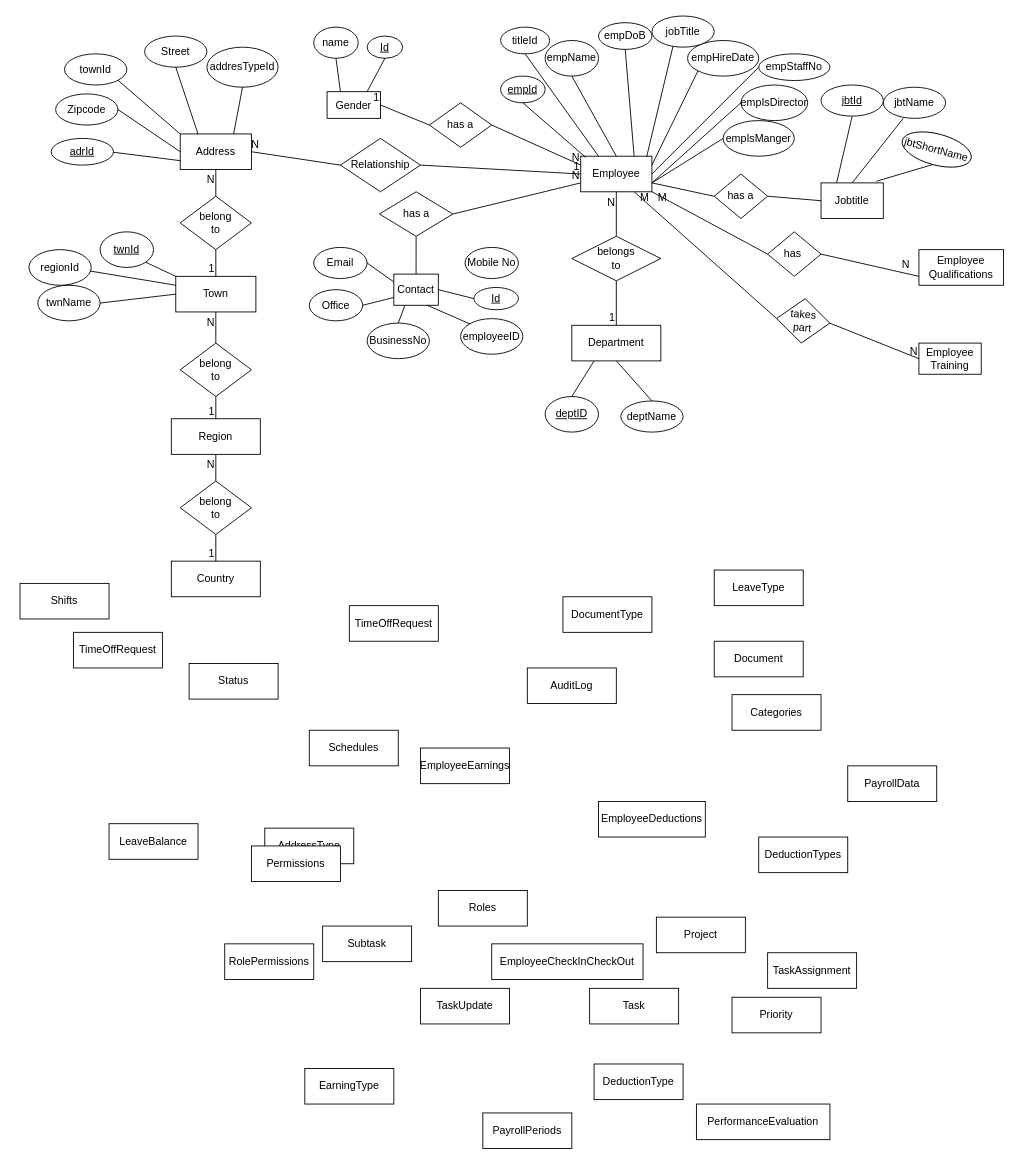
Before: devsolutions.drawio in Adjanour/AfricodaHMS, a draw.io diagram. Source tidied: cells renumbered, new cells numbered last; positions are measured from the earlier drawing's top-left corner, leaving out a move shared by most shapes. Both pictures are drawn from the tidied source at 89%, with x=0, y=0 at pixel (20, 15).
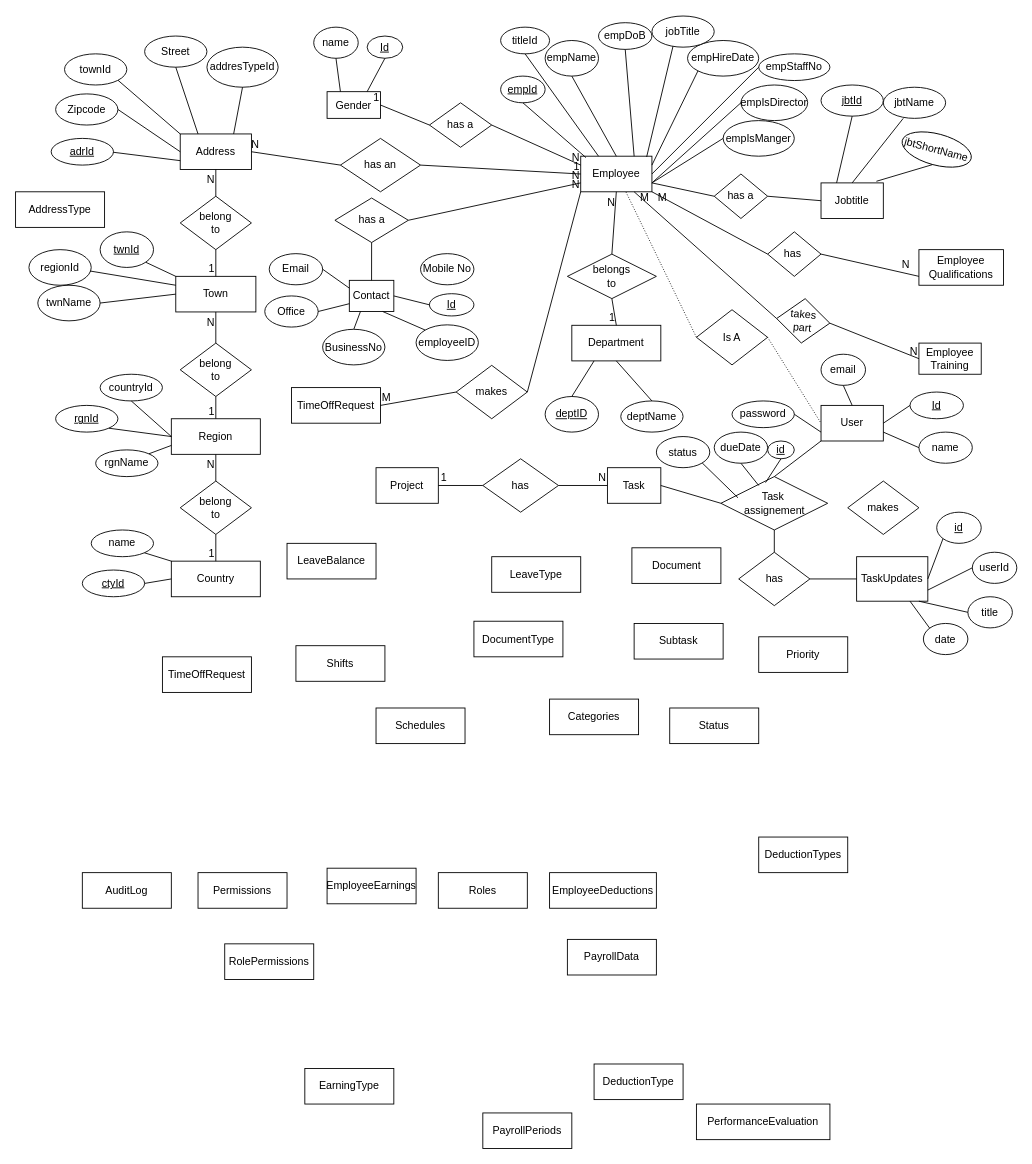
The same page after the edit.

Unchanged cells that the change refers to:
```xml
<mxCell id="2" value="Employee" style="whiteSpace=wrap;html=1;align=center;" parent="1" vertex="1">
  <mxGeometry x="630" y="158" width="80" height="40" as="geometry" />
</mxCell>
<mxCell id="12" value="Region" style="whiteSpace=wrap;html=1;align=center;" parent="1" vertex="1">
  <mxGeometry x="170" y="453" width="100" height="40" as="geometry" />
</mxCell>
<mxCell id="15" value="Country" style="whiteSpace=wrap;html=1;align=center;" parent="1" vertex="1">
  <mxGeometry x="170" y="613" width="100" height="40" as="geometry" />
</mxCell>
```

Change to the diagram source:
```diff
@@
     <mxCell id="4" value="belongs&lt;div&gt;to&lt;/div&gt;" style="shape=rhombus;perimeter=rhombusPerimeter;whiteSpace=wrap;html=1;align=center;" parent="1" vertex="1">
-      <mxGeometry x="620" y="248" width="100" height="50" as="geometry" />
+      <mxGeometry x="615" y="268" width="100" height="50" as="geometry" />
     </mxCell>
@@
     <mxCell id="11" value="Contact" style="whiteSpace=wrap;html=1;align=center;" parent="1" vertex="1">
-      <mxGeometry x="420" y="290.5" width="50" height="35" as="geometry" />
+      <mxGeometry x="370" y="297.5" width="50" height="35" as="geometry" />
     </mxCell>
@@
     <mxCell id="14" value="TimeOffRequest" style="whiteSpace=wrap;html=1;align=center;" parent="1" vertex="1">
-      <mxGeometry x="370" y="663" width="100" height="40" as="geometry" />
+      <mxGeometry x="305" y="418" width="100" height="40" as="geometry" />
     </mxCell>
@@
     <mxCell id="16" value="Categories" style="whiteSpace=wrap;html=1;align=center;" parent="1" vertex="1">
-      <mxGeometry x="800" y="763" width="100" height="40" as="geometry" />
+      <mxGeometry x="595" y="768" width="100" height="40" as="geometry" />
     </mxCell>
     <mxCell id="17" value="AddressType" style="whiteSpace=wrap;html=1;align=center;" parent="1" vertex="1">
-      <mxGeometry x="275" y="913" width="100" height="40" as="geometry" />
+      <mxGeometry x="-5" y="198" width="100" height="40" as="geometry" />
     </mxCell>
     <mxCell id="18" value="Shifts" style="whiteSpace=wrap;html=1;align=center;" parent="1" vertex="1">
-      <mxGeometry y="638" width="100" height="40" as="geometry" />
+      <mxGeometry x="310" y="708" width="100" height="40" as="geometry" />
     </mxCell>
     <mxCell id="19" value="Schedules" style="whiteSpace=wrap;html=1;align=center;" parent="1" vertex="1">
-      <mxGeometry x="325" y="803" width="100" height="40" as="geometry" />
+      <mxGeometry x="400" y="778" width="100" height="40" as="geometry" />
     </mxCell>
     <mxCell id="20" value="AuditLog" style="whiteSpace=wrap;html=1;align=center;" parent="1" vertex="1">
-      <mxGeometry x="570" y="733" width="100" height="40" as="geometry" />
+      <mxGeometry x="70" y="963" width="100" height="40" as="geometry" />
     </mxCell>
     <mxCell id="21" value="Status" style="whiteSpace=wrap;html=1;align=center;" parent="1" vertex="1">
-      <mxGeometry x="190" y="728" width="100" height="40" as="geometry" />
+      <mxGeometry x="730" y="778" width="100" height="40" as="geometry" />
     </mxCell>
     <mxCell id="22" value="LeaveBalance" style="whiteSpace=wrap;html=1;align=center;" parent="1" vertex="1">
-      <mxGeometry x="100" y="908" width="100" height="40" as="geometry" />
+      <mxGeometry x="300" y="593" width="100" height="40" as="geometry" />
     </mxCell>
     <mxCell id="23" value="LeaveType" style="whiteSpace=wrap;html=1;align=center;" parent="1" vertex="1">
-      <mxGeometry x="780" y="623" width="100" height="40" as="geometry" />
+      <mxGeometry x="530" y="608" width="100" height="40" as="geometry" />
     </mxCell>
     <mxCell id="24" value="TimeOffRequest" style="whiteSpace=wrap;html=1;align=center;" parent="1" vertex="1">
-      <mxGeometry x="60" y="693" width="100" height="40" as="geometry" />
+      <mxGeometry x="160" y="720.5" width="100" height="40" as="geometry" />
     </mxCell>
     <mxCell id="25" value="DocumentType" style="whiteSpace=wrap;html=1;align=center;" parent="1" vertex="1">
-      <mxGeometry x="610" y="653" width="100" height="40" as="geometry" />
+      <mxGeometry x="510" y="680.5" width="100" height="40" as="geometry" />
     </mxCell>
     <mxCell id="26" value="Document" style="whiteSpace=wrap;html=1;align=center;" parent="1" vertex="1">
-      <mxGeometry x="780" y="703" width="100" height="40" as="geometry" />
+      <mxGeometry x="687.5" y="598" width="100" height="40" as="geometry" />
     </mxCell>
     <mxCell id="27" value="PayrollData" style="whiteSpace=wrap;html=1;align=center;" parent="1" vertex="1">
-      <mxGeometry x="930" y="843" width="100" height="40" as="geometry" />
+      <mxGeometry x="615" y="1038" width="100" height="40" as="geometry" />
     </mxCell>
@@
     <mxCell id="29" value="Permissions" style="whiteSpace=wrap;html=1;align=center;" parent="1" vertex="1">
-      <mxGeometry x="260" y="933" width="100" height="40" as="geometry" />
+      <mxGeometry x="200" y="963" width="100" height="40" as="geometry" />
     </mxCell>
     <mxCell id="30" value="Roles" style="whiteSpace=wrap;html=1;align=center;" parent="1" vertex="1">
-      <mxGeometry x="470" y="983" width="100" height="40" as="geometry" />
+      <mxGeometry x="470" y="963" width="100" height="40" as="geometry" />
     </mxCell>
@@
     <mxCell id="32" value="EmployeeDeductions" style="whiteSpace=wrap;html=1;align=center;" parent="1" vertex="1">
-      <mxGeometry x="650" y="883" width="120" height="40" as="geometry" />
+      <mxGeometry x="595" y="963" width="120" height="40" as="geometry" />
     </mxCell>
     <mxCell id="33" value="EmployeeEarnings" style="whiteSpace=wrap;html=1;align=center;" parent="1" vertex="1">
-      <mxGeometry x="450" y="823" width="100" height="40" as="geometry" />
+      <mxGeometry x="345" y="958" width="100" height="40" as="geometry" />
     </mxCell>
     <mxCell id="34" value="Subtask" style="whiteSpace=wrap;html=1;align=center;" parent="1" vertex="1">
-      <mxGeometry x="340" y="1023" width="100" height="40" as="geometry" />
+      <mxGeometry x="690" y="683" width="100" height="40" as="geometry" />
     </mxCell>
-    <mxCell id="35" value="TaskUpdate" style="whiteSpace=wrap;html=1;align=center;" parent="1" vertex="1">
-      <mxGeometry x="450" y="1093" width="100" height="40" as="geometry" />
-    </mxCell>
-    <mxCell id="36" value="TaskAssignment" style="whiteSpace=wrap;html=1;align=center;" parent="1" vertex="1">
-      <mxGeometry x="840" y="1053" width="100" height="40" as="geometry" />
+    <mxCell id="36" value="TaskUpdates" style="whiteSpace=wrap;html=1;align=center;" parent="1" vertex="1">
+      <mxGeometry x="940" y="608" width="80" height="50" as="geometry" />
     </mxCell>
     <mxCell id="37" value="Task" style="whiteSpace=wrap;html=1;align=center;" parent="1" vertex="1">
-      <mxGeometry x="640" y="1093" width="100" height="40" as="geometry" />
+      <mxGeometry x="660" y="508" width="60" height="40" as="geometry" />
     </mxCell>
     <mxCell id="38" value="Project" style="whiteSpace=wrap;html=1;align=center;" parent="1" vertex="1">
-      <mxGeometry x="715" y="1013" width="100" height="40" as="geometry" />
+      <mxGeometry x="400" y="508" width="70" height="40" as="geometry" />
     </mxCell>
-    <mxCell id="39" value="EmployeeCheckInCheckOut" style="whiteSpace=wrap;html=1;align=center;" parent="1" vertex="1">
-      <mxGeometry x="530" y="1043" width="170" height="40" as="geometry" />
-    </mxCell>
     <mxCell id="40" value="Priority" style="whiteSpace=wrap;html=1;align=center;" parent="1" vertex="1">
-      <mxGeometry x="800" y="1103" width="100" height="40" as="geometry" />
+      <mxGeometry x="830" y="698" width="100" height="40" as="geometry" />
     </mxCell>
@@
-    <mxCell id="73" value="Relationship" style="shape=rhombus;perimeter=rhombusPerimeter;whiteSpace=wrap;html=1;align=center;" parent="1" vertex="1">
+    <mxCell id="73" value="has an" style="shape=rhombus;perimeter=rhombusPerimeter;whiteSpace=wrap;html=1;align=center;" parent="1" vertex="1">
       <mxGeometry x="360" y="138" width="90" height="60" as="geometry" />
     </mxCell>
@@
     <mxCell id="125" value="&lt;u&gt;Id&lt;/u&gt;" style="ellipse;whiteSpace=wrap;html=1;align=center;" parent="1" vertex="1">
-      <mxGeometry x="510" y="305.5" width="50" height="25" as="geometry" />
+      <mxGeometry x="460" y="312.5" width="50" height="25" as="geometry" />
     </mxCell>
     <mxCell id="126" value="employeeID" style="ellipse;whiteSpace=wrap;html=1;align=center;" parent="1" vertex="1">
-      <mxGeometry x="495" y="340.5" width="70" height="40" as="geometry" />
+      <mxGeometry x="445" y="347.5" width="70" height="40" as="geometry" />
     </mxCell>
     <mxCell id="127" value="Mobile No" style="ellipse;whiteSpace=wrap;html=1;align=center;" parent="1" vertex="1">
-      <mxGeometry x="500" y="260.5" width="60" height="35" as="geometry" />
+      <mxGeometry x="450" y="267.5" width="60" height="35" as="geometry" />
     </mxCell>
     <mxCell id="128" value="BusinessNo" style="ellipse;whiteSpace=wrap;html=1;align=center;" parent="1" vertex="1">
-      <mxGeometry x="390" y="345.5" width="70" height="40" as="geometry" />
+      <mxGeometry x="340" y="352.5" width="70" height="40" as="geometry" />
     </mxCell>
     <mxCell id="129" value="Office" style="ellipse;whiteSpace=wrap;html=1;align=center;" parent="1" vertex="1">
-      <mxGeometry x="325" y="308" width="60" height="35" as="geometry" />
+      <mxGeometry x="275" y="315" width="60" height="35" as="geometry" />
     </mxCell>
     <mxCell id="130" value="Email" style="ellipse;whiteSpace=wrap;html=1;align=center;" parent="1" vertex="1">
-      <mxGeometry x="330" y="260.5" width="60" height="35" as="geometry" />
+      <mxGeometry x="280" y="267.5" width="60" height="35" as="geometry" />
     </mxCell>
     <mxCell id="131" value="has a" style="shape=rhombus;perimeter=rhombusPerimeter;whiteSpace=wrap;html=1;align=center;" parent="1" vertex="1">
-      <mxGeometry x="403.8" y="198" width="82.5" height="50" as="geometry" />
+      <mxGeometry x="353.8" y="205" width="82.5" height="50" as="geometry" />
     </mxCell>
@@
+    <mxCell id="149" value="&lt;u&gt;rgnId&lt;/u&gt;" style="ellipse;whiteSpace=wrap;html=1;align=center;" parent="1" vertex="1">
+      <mxGeometry x="40" y="438" width="70" height="30" as="geometry" />
+    </mxCell>
+    <mxCell id="150" value="rgnName" style="ellipse;whiteSpace=wrap;html=1;align=center;" parent="1" vertex="1">
+      <mxGeometry x="85" y="488" width="70" height="30" as="geometry" />
+    </mxCell>
+    <mxCell id="151" value="countryId" style="ellipse;whiteSpace=wrap;html=1;align=center;" parent="1" vertex="1">
+      <mxGeometry x="90" y="403" width="70" height="30" as="geometry" />
+    </mxCell>
+    <mxCell id="152" style="endArrow=none;html=1;rounded=0;exitX=1;exitY=0;exitDx=0;exitDy=0;entryX=0;entryY=0.75;entryDx=0;entryDy=0;" parent="1" edge="1" source="150" target="12">
+      <mxGeometry relative="1" as="geometry" />
+    </mxCell>
+    <mxCell id="153" style="endArrow=none;html=1;rounded=0;exitX=1;exitY=1;exitDx=0;exitDy=0;entryX=0;entryY=0.5;entryDx=0;entryDy=0;" parent="1" edge="1" source="149" target="12">
+      <mxGeometry relative="1" as="geometry" />
+    </mxCell>
+    <mxCell id="154" style="endArrow=none;html=1;rounded=0;exitX=0.5;exitY=1;exitDx=0;exitDy=0;entryX=0;entryY=0.5;entryDx=0;entryDy=0;" parent="1" edge="1" source="151" target="12">
+      <mxGeometry relative="1" as="geometry" />
+    </mxCell>
+    <mxCell id="155" value="User" style="whiteSpace=wrap;html=1;align=center;" parent="1" vertex="1">
+      <mxGeometry x="900" y="438" width="70" height="40" as="geometry" />
+    </mxCell>
+    <mxCell id="156" value="Is A" style="shape=rhombus;perimeter=rhombusPerimeter;whiteSpace=wrap;html=1;align=center;" parent="1" vertex="1">
+      <mxGeometry x="760" y="330.5" width="80" height="62" as="geometry" />
+    </mxCell>
+    <mxCell id="157" style="endArrow=none;html=1;rounded=0;dashed=1;dashPattern=1 2;exitX=0.636;exitY=1.008;exitDx=0;exitDy=0;exitPerimeter=0;entryX=0;entryY=0.5;entryDx=0;entryDy=0;" parent="1" edge="1" source="2" target="156">
+      <mxGeometry relative="1" as="geometry" />
+    </mxCell>
+    <mxCell id="158" style="endArrow=none;html=1;rounded=0;dashed=1;dashPattern=1 2;exitX=1;exitY=0.5;exitDx=0;exitDy=0;entryX=0;entryY=0.5;entryDx=0;entryDy=0;" parent="1" edge="1" source="156" target="155">
+      <mxGeometry relative="1" as="geometry" />
+    </mxCell>
+    <mxCell id="159" value="&lt;u&gt;Id&lt;/u&gt;" style="ellipse;whiteSpace=wrap;html=1;align=center;" parent="1" vertex="1">
+      <mxGeometry x="1000" y="423" width="60" height="30" as="geometry" />
+    </mxCell>
+    <mxCell id="160" value="name" style="ellipse;whiteSpace=wrap;html=1;align=center;" parent="1" vertex="1">
+      <mxGeometry x="1010" y="468" width="60" height="35" as="geometry" />
+    </mxCell>
+    <mxCell id="161" value="email" style="ellipse;whiteSpace=wrap;html=1;align=center;" parent="1" vertex="1">
+      <mxGeometry x="900" y="380.5" width="50" height="35" as="geometry" />
+    </mxCell>
+    <mxCell id="162" value="password" style="ellipse;whiteSpace=wrap;html=1;align=center;" parent="1" vertex="1">
+      <mxGeometry x="800" y="433" width="70" height="30" as="geometry" />
+    </mxCell>
+    <mxCell id="163" style="endArrow=none;html=1;rounded=0;exitX=1;exitY=0.5;exitDx=0;exitDy=0;entryX=0;entryY=0.75;entryDx=0;entryDy=0;" parent="1" edge="1" source="162" target="155">
+      <mxGeometry relative="1" as="geometry" />
+    </mxCell>
+    <mxCell id="164" style="endArrow=none;html=1;rounded=0;exitX=0;exitY=0.5;exitDx=0;exitDy=0;entryX=1;entryY=0.5;entryDx=0;entryDy=0;" parent="1" edge="1" source="159" target="155">
+      <mxGeometry relative="1" as="geometry" />
+    </mxCell>
+    <mxCell id="165" style="endArrow=none;html=1;rounded=0;exitX=0.5;exitY=1;exitDx=0;exitDy=0;entryX=0.5;entryY=0;entryDx=0;entryDy=0;" parent="1" edge="1" source="161" target="155">
+      <mxGeometry relative="1" as="geometry" />
+    </mxCell>
+    <mxCell id="166" style="endArrow=none;html=1;rounded=0;exitX=0;exitY=0.5;exitDx=0;exitDy=0;entryX=1;entryY=0.75;entryDx=0;entryDy=0;" parent="1" edge="1" source="160" target="155">
+      <mxGeometry relative="1" as="geometry" />
+    </mxCell>
+    <mxCell id="167" style="edgeStyle=orthogonalEdgeStyle;rounded=0;orthogonalLoop=1;jettySize=auto;html=1;exitX=0.5;exitY=1;exitDx=0;exitDy=0;" parent="1" edge="1" source="160" target="160">
+      <mxGeometry relative="1" as="geometry" />
+    </mxCell>
+    <mxCell id="168" value="&lt;u&gt;ctyId&lt;/u&gt;" style="ellipse;whiteSpace=wrap;html=1;align=center;" parent="1" vertex="1">
+      <mxGeometry x="70" y="623" width="70" height="30" as="geometry" />
+    </mxCell>
+    <mxCell id="169" value="name" style="ellipse;whiteSpace=wrap;html=1;align=center;" parent="1" vertex="1">
+      <mxGeometry x="80" y="578" width="70" height="30" as="geometry" />
+    </mxCell>
+    <mxCell id="170" style="endArrow=none;html=1;rounded=0;exitX=1;exitY=0.5;exitDx=0;exitDy=0;entryX=0;entryY=0.5;entryDx=0;entryDy=0;" parent="1" edge="1" source="168" target="15">
+      <mxGeometry relative="1" as="geometry" />
+    </mxCell>
+    <mxCell id="171" style="endArrow=none;html=1;rounded=0;exitX=1;exitY=1;exitDx=0;exitDy=0;entryX=0;entryY=0;entryDx=0;entryDy=0;" parent="1" edge="1" source="169" target="15">
+      <mxGeometry relative="1" as="geometry" />
+    </mxCell>
+    <mxCell id="172" value="makes" style="shape=rhombus;perimeter=rhombusPerimeter;whiteSpace=wrap;html=1;align=center;" parent="1" vertex="1">
+      <mxGeometry x="490" y="393" width="80" height="60" as="geometry" />
+    </mxCell>
+    <mxCell id="173" style="endArrow=none;html=1;rounded=0;exitX=1;exitY=0.5;exitDx=0;exitDy=0;entryX=0;entryY=1;entryDx=0;entryDy=0;" parent="1" edge="1" source="172" target="2">
+      <mxGeometry relative="1" as="geometry" />
+    </mxCell>
+    <mxCell id="174" value="N" style="html=1;whiteSpace=wrap;align=right;verticalAlign=bottom;" parent="173" vertex="1">
+      <mxGeometry x="1" relative="1" as="geometry" />
+    </mxCell>
+    <mxCell id="175" style="endArrow=none;html=1;rounded=0;exitX=1;exitY=0.5;exitDx=0;exitDy=0;entryX=0;entryY=0.5;entryDx=0;entryDy=0;" parent="1" edge="1" source="14" target="172">
+      <mxGeometry relative="1" as="geometry" />
+    </mxCell>
+    <mxCell id="176" value="M" style="html=1;whiteSpace=wrap;align=left;verticalAlign=bottom;" parent="175" vertex="1">
+      <mxGeometry x="-1" relative="1" as="geometry" />
+    </mxCell>
+    <mxCell id="177" value="Task&amp;nbsp;&lt;div&gt;assignement&lt;/div&gt;" style="shape=rhombus;perimeter=rhombusPerimeter;whiteSpace=wrap;html=1;align=center;" parent="1" vertex="1">
+      <mxGeometry x="787.5" y="518" width="120" height="60" as="geometry" />
+    </mxCell>
+    <mxCell id="178" style="endArrow=none;html=1;rounded=0;entryX=0;entryY=1;entryDx=0;entryDy=0;exitX=0.5;exitY=0;exitDx=0;exitDy=0;" parent="1" edge="1" source="177" target="155">
+      <mxGeometry relative="1" as="geometry" />
+    </mxCell>
+    <mxCell id="179" style="endArrow=none;html=1;rounded=0;entryX=0;entryY=0.5;entryDx=0;entryDy=0;exitX=1;exitY=0.5;exitDx=0;exitDy=0;" parent="1" edge="1" source="37" target="177">
+      <mxGeometry relative="1" as="geometry" />
+    </mxCell>
+    <mxCell id="180" style="endArrow=none;html=1;rounded=0;exitX=0.354;exitY=0.167;exitDx=0;exitDy=0;exitPerimeter=0;entryX=0.5;entryY=1;entryDx=0;entryDy=0;" parent="1" edge="1" source="177" target="182">
+      <mxGeometry relative="1" as="geometry" />
+    </mxCell>
+    <mxCell id="181" value="status" style="ellipse;whiteSpace=wrap;html=1;align=center;" parent="1" vertex="1">
+      <mxGeometry x="715" y="473" width="60" height="35" as="geometry" />
+    </mxCell>
+    <mxCell id="182" value="dueDate" style="ellipse;whiteSpace=wrap;html=1;align=center;" parent="1" vertex="1">
+      <mxGeometry x="780" y="468" width="60" height="35" as="geometry" />
+    </mxCell>
+    <mxCell id="183" style="endArrow=none;html=1;rounded=0;exitX=0.16;exitY=0.397;exitDx=0;exitDy=0;exitPerimeter=0;entryX=1;entryY=1;entryDx=0;entryDy=0;" parent="1" edge="1" source="177" target="181">
+      <mxGeometry relative="1" as="geometry" />
+    </mxCell>
+    <mxCell id="184" value="has" style="shape=rhombus;perimeter=rhombusPerimeter;whiteSpace=wrap;html=1;align=center;" parent="1" vertex="1">
+      <mxGeometry x="520" y="498" width="85" height="60" as="geometry" />
+    </mxCell>
+    <mxCell id="185" style="endArrow=none;html=1;rounded=0;exitX=1;exitY=0.5;exitDx=0;exitDy=0;entryX=0;entryY=0.5;entryDx=0;entryDy=0;" parent="1" edge="1" source="184" target="37">
+      <mxGeometry relative="1" as="geometry" />
+    </mxCell>
+    <mxCell id="186" value="N" style="html=1;whiteSpace=wrap;align=right;verticalAlign=bottom;" parent="185" vertex="1">
+      <mxGeometry x="1" relative="1" as="geometry" />
+    </mxCell>
+    <mxCell id="187" style="endArrow=none;html=1;rounded=0;entryX=1;entryY=0.5;entryDx=0;entryDy=0;exitX=0;exitY=0.5;exitDx=0;exitDy=0;" parent="1" edge="1" source="184" target="38">
+      <mxGeometry relative="1" as="geometry" />
+    </mxCell>
+    <mxCell id="188" value="1" style="html=1;whiteSpace=wrap;align=right;verticalAlign=bottom;" parent="187" vertex="1">
+      <mxGeometry x="1" relative="1" as="geometry">
+        <mxPoint x="11" as="offset" />
+      </mxGeometry>
+    </mxCell>
+    <mxCell id="189" value="has" style="shape=rhombus;perimeter=rhombusPerimeter;whiteSpace=wrap;html=1;align=center;" parent="1" vertex="1">
+      <mxGeometry x="807.5" y="603" width="80" height="60" as="geometry" />
+    </mxCell>
+    <mxCell id="190" value="makes" style="shape=rhombus;perimeter=rhombusPerimeter;whiteSpace=wrap;html=1;align=center;" parent="1" vertex="1">
+      <mxGeometry x="930" y="523" width="80" height="60" as="geometry" />
+    </mxCell>
+    <mxCell id="191" value="userId" style="ellipse;whiteSpace=wrap;html=1;align=center;" parent="1" vertex="1">
+      <mxGeometry x="1070" y="603" width="50" height="35" as="geometry" />
+    </mxCell>
+    <mxCell id="192" value="title" style="ellipse;whiteSpace=wrap;html=1;align=center;" parent="1" vertex="1">
+      <mxGeometry x="1065" y="653" width="50" height="35" as="geometry" />
+    </mxCell>
+    <mxCell id="193" value="date" style="ellipse;whiteSpace=wrap;html=1;align=center;" parent="1" vertex="1">
+      <mxGeometry x="1015" y="683" width="50" height="35" as="geometry" />
+    </mxCell>
+    <mxCell id="194" value="&lt;u&gt;id&lt;/u&gt;" style="ellipse;whiteSpace=wrap;html=1;align=center;" parent="1" vertex="1">
+      <mxGeometry x="1030" y="558" width="50" height="35" as="geometry" />
+    </mxCell>
+    <mxCell id="195" value="&lt;u&gt;id&lt;/u&gt;" style="ellipse;whiteSpace=wrap;html=1;align=center;" parent="1" vertex="1">
+      <mxGeometry x="840" y="478" width="30" height="20" as="geometry" />
+    </mxCell>
+    <mxCell id="196" style="endArrow=none;html=1;rounded=0;exitX=0.418;exitY=0.112;exitDx=0;exitDy=0;exitPerimeter=0;entryX=0.5;entryY=1;entryDx=0;entryDy=0;" parent="1" edge="1" source="177" target="195">
+      <mxGeometry relative="1" as="geometry" />
+    </mxCell>
+    <mxCell id="197" style="endArrow=none;html=1;rounded=0;entryX=0.5;entryY=0;entryDx=0;entryDy=0;exitX=0.5;exitY=1;exitDx=0;exitDy=0;" parent="1" edge="1" source="177" target="189">
+      <mxGeometry relative="1" as="geometry" />
+    </mxCell>
+    <mxCell id="198" style="endArrow=none;html=1;rounded=0;entryX=1;entryY=0.5;entryDx=0;entryDy=0;exitX=0;exitY=0.5;exitDx=0;exitDy=0;" parent="1" edge="1" source="36" target="189">
+      <mxGeometry relative="1" as="geometry" />
+    </mxCell>
+    <mxCell id="199" style="endArrow=none;html=1;rounded=0;entryX=0;entryY=1;entryDx=0;entryDy=0;exitX=1;exitY=0.5;exitDx=0;exitDy=0;" parent="1" edge="1" source="36" target="194">
+      <mxGeometry relative="1" as="geometry" />
+    </mxCell>
+    <mxCell id="200" style="endArrow=none;html=1;rounded=0;entryX=0;entryY=0.5;entryDx=0;entryDy=0;exitX=1;exitY=0.75;exitDx=0;exitDy=0;" parent="1" edge="1" source="36" target="191">
+      <mxGeometry relative="1" as="geometry" />
+    </mxCell>
+    <mxCell id="201" style="endArrow=none;html=1;rounded=0;entryX=0;entryY=0;entryDx=0;entryDy=0;exitX=0.75;exitY=1;exitDx=0;exitDy=0;" parent="1" edge="1" source="36" target="193">
+      <mxGeometry relative="1" as="geometry" />
+    </mxCell>
+    <mxCell id="202" style="endArrow=none;html=1;rounded=0;entryX=0;entryY=0.5;entryDx=0;entryDy=0;exitX=0.875;exitY=1;exitDx=0;exitDy=0;exitPerimeter=0;" parent="1" edge="1" source="36" target="192">
+      <mxGeometry relative="1" as="geometry" />
+    </mxCell>
```
